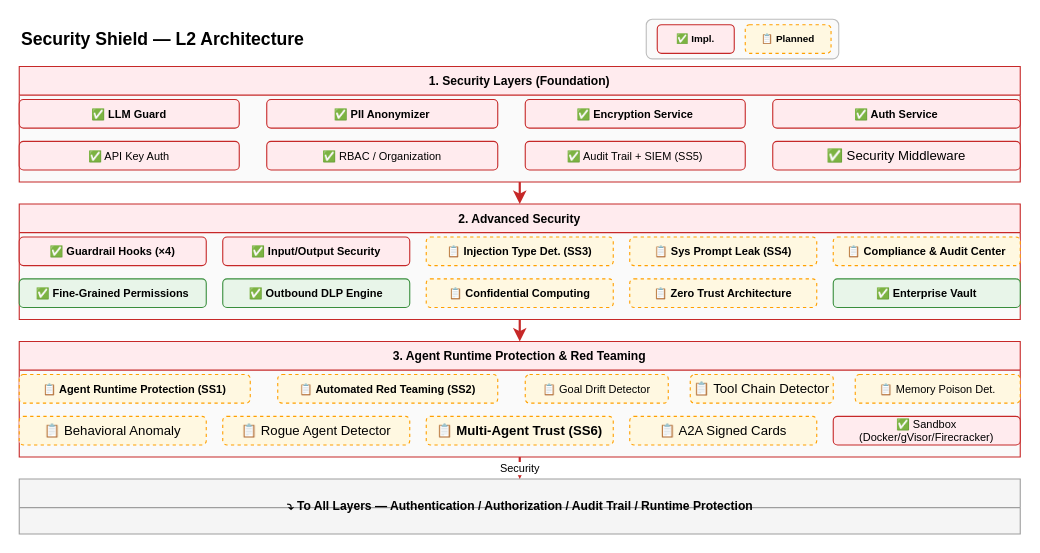
This is docs/design/hardware/security-l2.drawio from xueyufish/hecate, a draw.io file, before an edit. Source tidied: cells renumbered, new cells numbered last; positions are measured from the earlier drawing's top-left corner, leaving out a move shared by most shapes. Both pictures are drawn from the tidied source at 110%, with x=0, y=0 at pixel (19, 19).
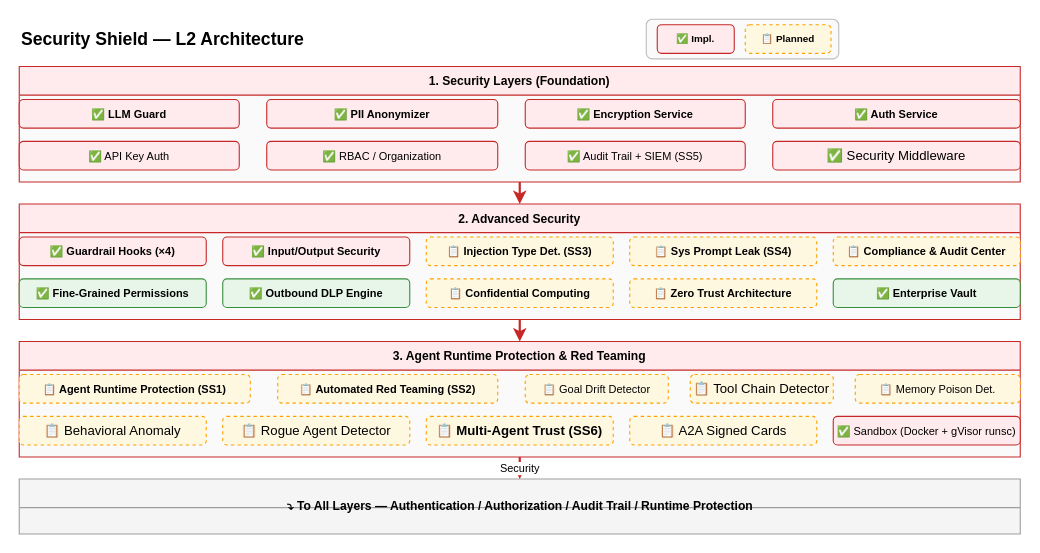
The same page after the edit.

Unchanged cells that the change refers to:
```xml
<mxCell id="26" value="3. Agent Runtime Protection &amp; Red Teaming" style="swimlane;startSize=26;fillColor=#FFEBEE;strokeColor=#C62828;fontSize=11;fontStyle=1;swimlaneFillColor=#FAFAFA;" parent="1" vertex="1">
  <mxGeometry y="293" width="910" height="105" as="geometry" />
</mxCell>
```

The edit, as a diff of the source:
```diff
@@
-    <mxCell id="36" value="✅ Sandbox (Docker/gVisor/Firecracker)" style="rounded=1;whiteSpace=wrap;html=1;fillColor=#FFEBEE;strokeColor=#C62828;fontSize=10;" parent="26" vertex="1">
+    <mxCell id="36" value="✅ Sandbox (Docker + gVisor runsc)" style="rounded=1;whiteSpace=wrap;html=1;fillColor=#FFEBEE;strokeColor=#C62828;fontSize=10;" parent="26" vertex="1">
       <mxGeometry x="740" y="68" width="170" height="26" as="geometry" />
     </mxCell>
```
